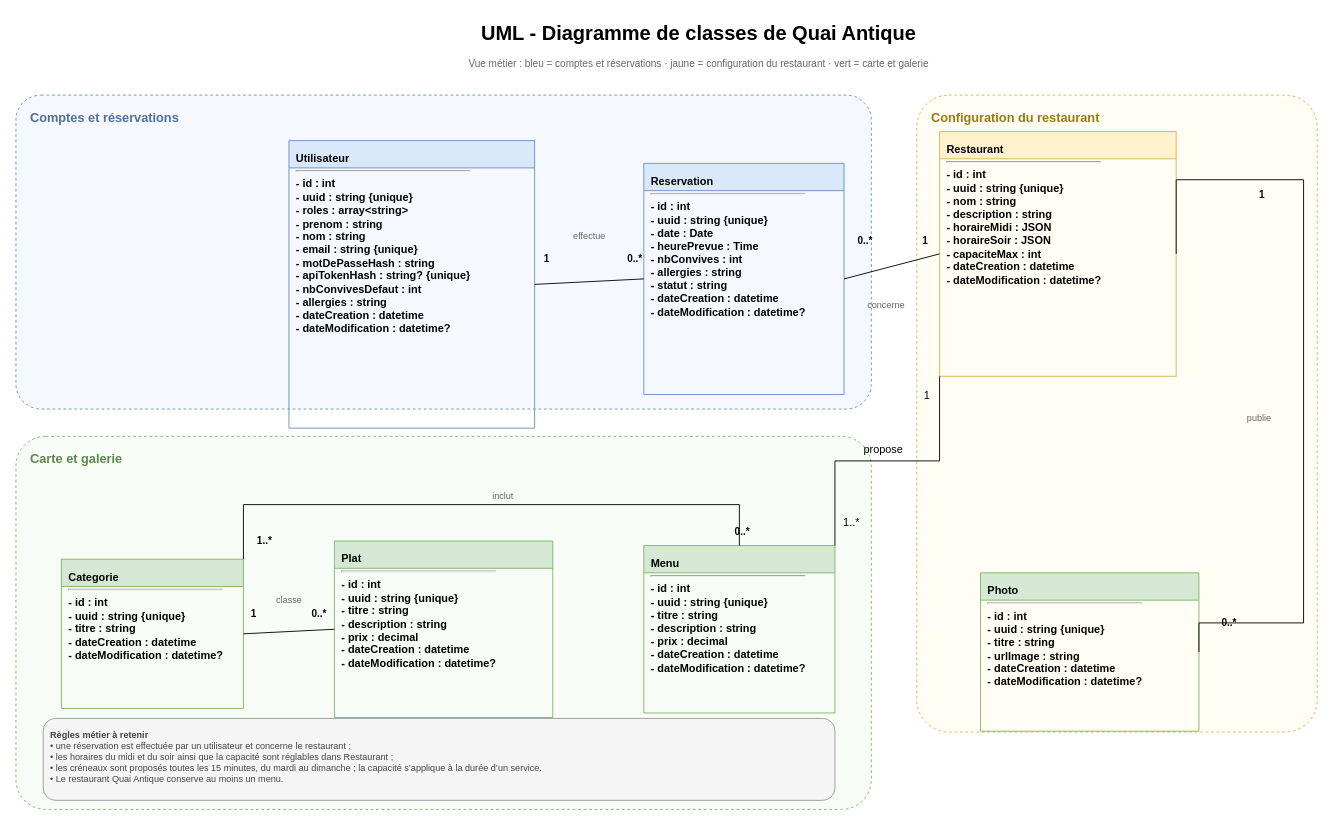
This is page "04 - UML Classes" (2 of 5) of docs/database/modelisation-quai-antique.drawio from elscribe/quai-antique, a draw.io file, before an edit. Source tidied: cells renumbered, new cells numbered last; positions are measured from the earlier drawing's top-left corner, leaving out a move shared by most shapes. Both pictures are drawn from the tidied source at 91%, with x=0, y=0 at pixel (15, 15).
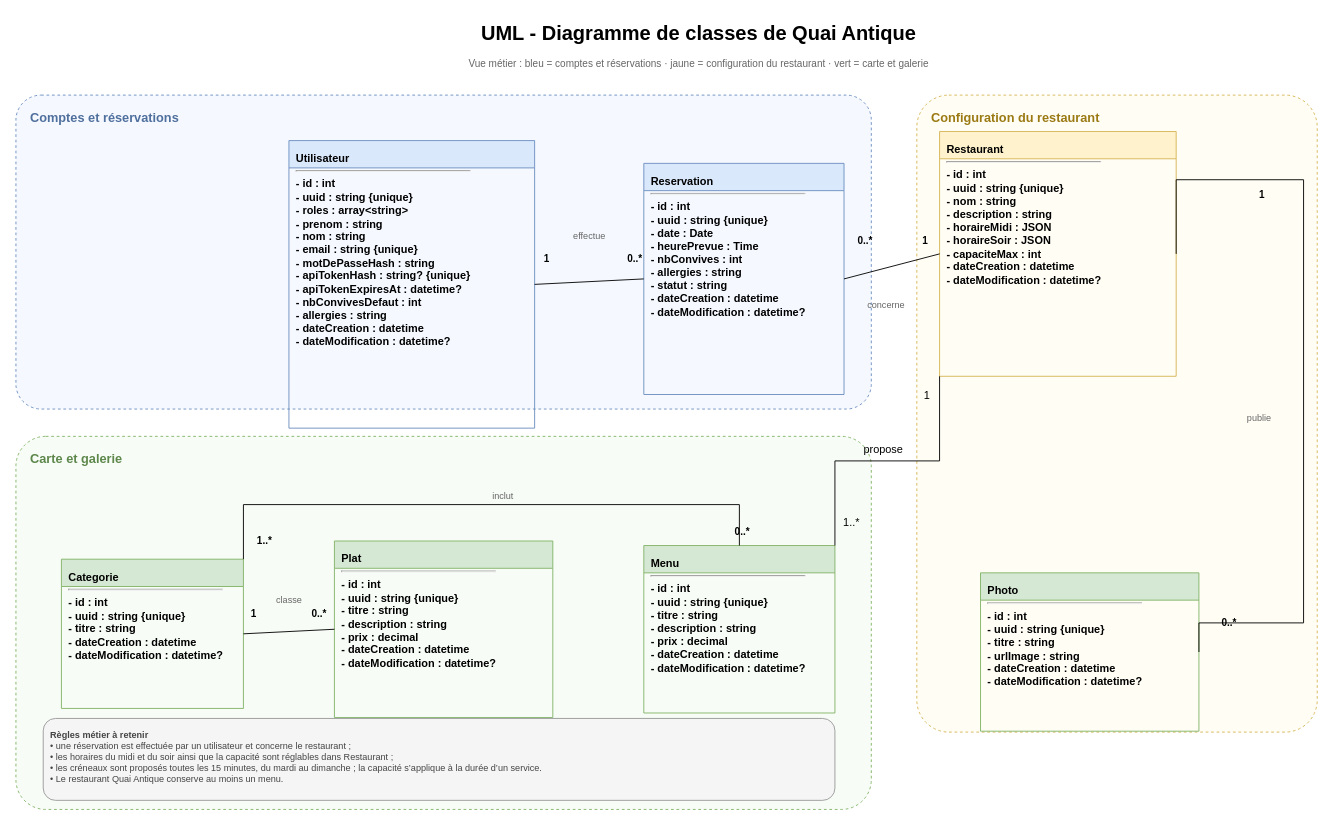
The same diagram, later.

What changed in the source:
```diff
@@
-    <mxCell id="7" value="&lt;b&gt;Utilisateur&lt;/b&gt;&lt;hr/&gt;- id : int&lt;br/&gt;- uuid : string {unique}&lt;br/&gt;- roles : array&amp;lt;string&amp;gt;&lt;br/&gt;- prenom : string&lt;br/&gt;- nom : string&lt;br/&gt;- email : string {unique}&lt;br/&gt;- motDePasseHash : string&lt;br/&gt;- apiTokenHash : string? {unique}&lt;br/&gt;- nbConvivesDefaut : int&lt;br/&gt;- allergies : string&lt;br/&gt;- dateCreation : datetime&lt;br/&gt;- dateModification : datetime?" style="swimlane;html=1;whiteSpace=wrap;horizontal=1;startSize=30;fillColor=#dae8fc;strokeColor=#6c8ebf;align=left;verticalAlign=top;spacing=8;fontSize=12;" parent="1" vertex="1">
+    <mxCell id="7" value="&lt;b&gt;Utilisateur&lt;/b&gt;&lt;hr/&gt;- id : int&lt;br/&gt;- uuid : string {unique}&lt;br/&gt;- roles : array&amp;lt;string&amp;gt;&lt;br/&gt;- prenom : string&lt;br/&gt;- nom : string&lt;br/&gt;- email : string {unique}&lt;br/&gt;- motDePasseHash : string&lt;br/&gt;- apiTokenHash : string? {unique}&lt;br/&gt;- apiTokenExpiresAt : datetime?&lt;br/&gt;- nbConvivesDefaut : int&lt;br/&gt;- allergies : string&lt;br/&gt;- dateCreation : datetime&lt;br/&gt;- dateModification : datetime?" style="swimlane;html=1;whiteSpace=wrap;horizontal=1;startSize=30;fillColor=#dae8fc;strokeColor=#6c8ebf;align=left;verticalAlign=top;spacing=8;fontSize=12;" parent="1" vertex="1">
       <mxGeometry x="300" y="137" width="270" height="316" as="geometry" />
     </mxCell>
```
